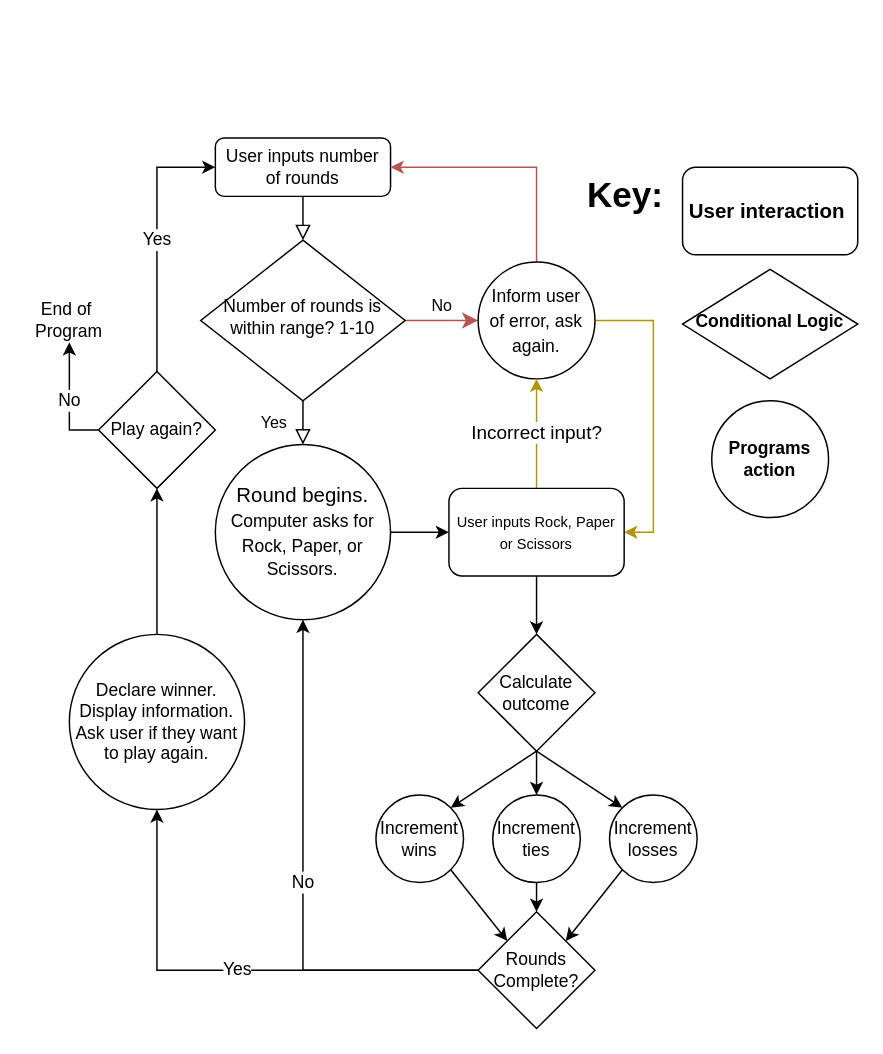
Earlier version of the draw.io diagram Untitled Diagram.drawio (winters828/winters828). Source tidied: cells renumbered, new cells numbered last; positions are measured from the earlier drawing's top-left corner, leaving out a move shared by most shapes. Both pictures are drawn from the tidied source at 146%, with x=0, y=0 at pixel (25, 137).
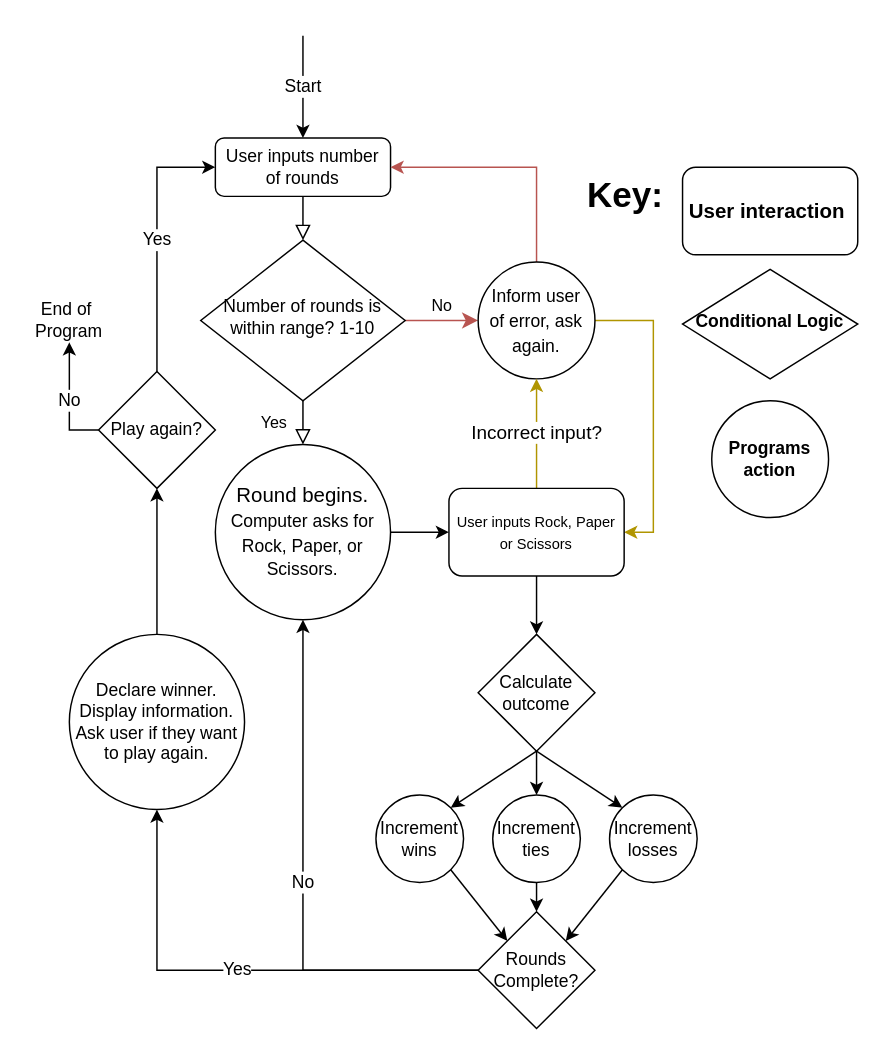
The same page after the edit.

Unchanged cells that the change refers to:
```xml
<mxCell id="3" value="User inputs number of rounds" style="rounded=1;whiteSpace=wrap;html=1;fontSize=12;glass=0;strokeWidth=1;shadow=0;" parent="1" vertex="1">
  <mxGeometry x="130" width="120" height="40" as="geometry" />
</mxCell>
```

The edit, as a diff of the source:
```diff
@@
+    <mxCell id="38" value="Start" style="endArrow=classic;html=1;rounded=0;labelBorderColor=none;strokeColor=default;fontSize=12;entryX=0.5;entryY=0;entryDx=0;entryDy=0;" parent="1" edge="1" target="3">
+      <mxGeometry relative="1" as="geometry">
+        <mxPoint x="190" y="-70" as="sourcePoint" />
+      </mxGeometry>
+    </mxCell>
```
